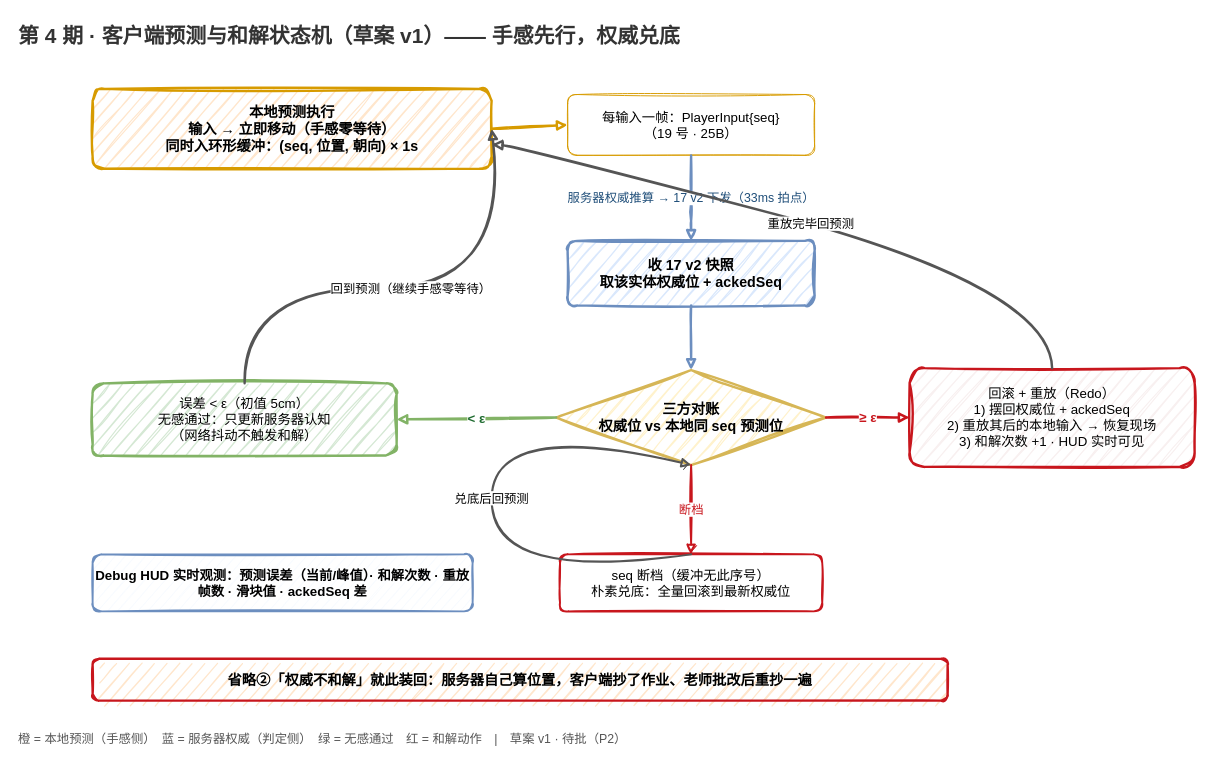
x-PiXiu/Sightline keeps this draw.io diagram as docs/episodes/ep04/reconcile_state.drawio. Above is the earlier version. Source tidied: cells renumbered, new cells numbered last; positions are measured from the earlier drawing's top-left corner, leaving out a move shared by most shapes. Both pictures are drawn from the tidied source at 95%, with x=0, y=0 at pixel (16, 16).
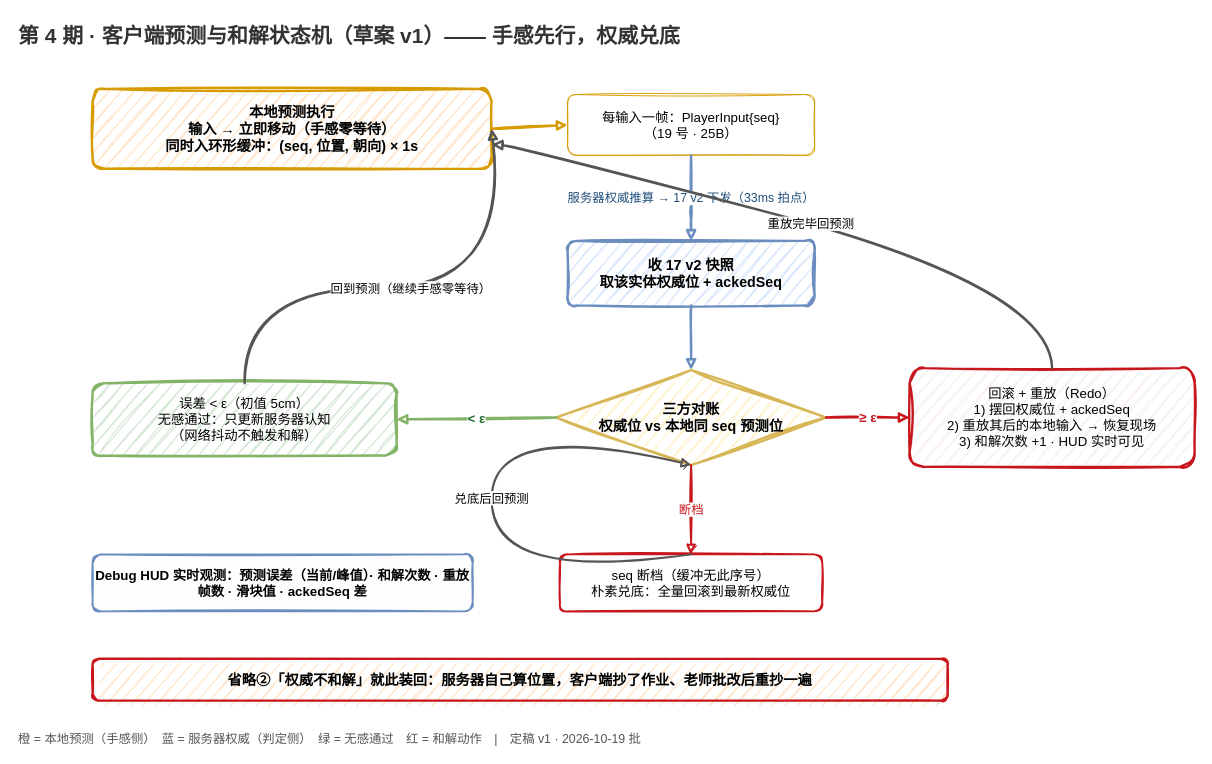
After the change.

Diff of the diagram source:
```diff
@@
-    <mxCell id="21" value="橙 = 本地预测（手感侧）　蓝 = 服务器权威（判定侧）　绿 = 无感通过　红 = 和解动作　|　草案 v1 · 待批（P2）" style="text;fontSize=13;fontColor=#555555;align=left;sketch=1;" parent="1" vertex="1">
+    <mxCell id="21" value="橙 = 本地预测（手感侧）　蓝 = 服务器权威（判定侧）　绿 = 无感通过　红 = 和解动作　|　定稿 v1 · 2026-10-19 批" style="text;fontSize=13;fontColor=#555555;align=left;sketch=1;" parent="1" vertex="1">
       <mxGeometry y="746" width="1080" height="24" as="geometry" />
     </mxCell>
```
